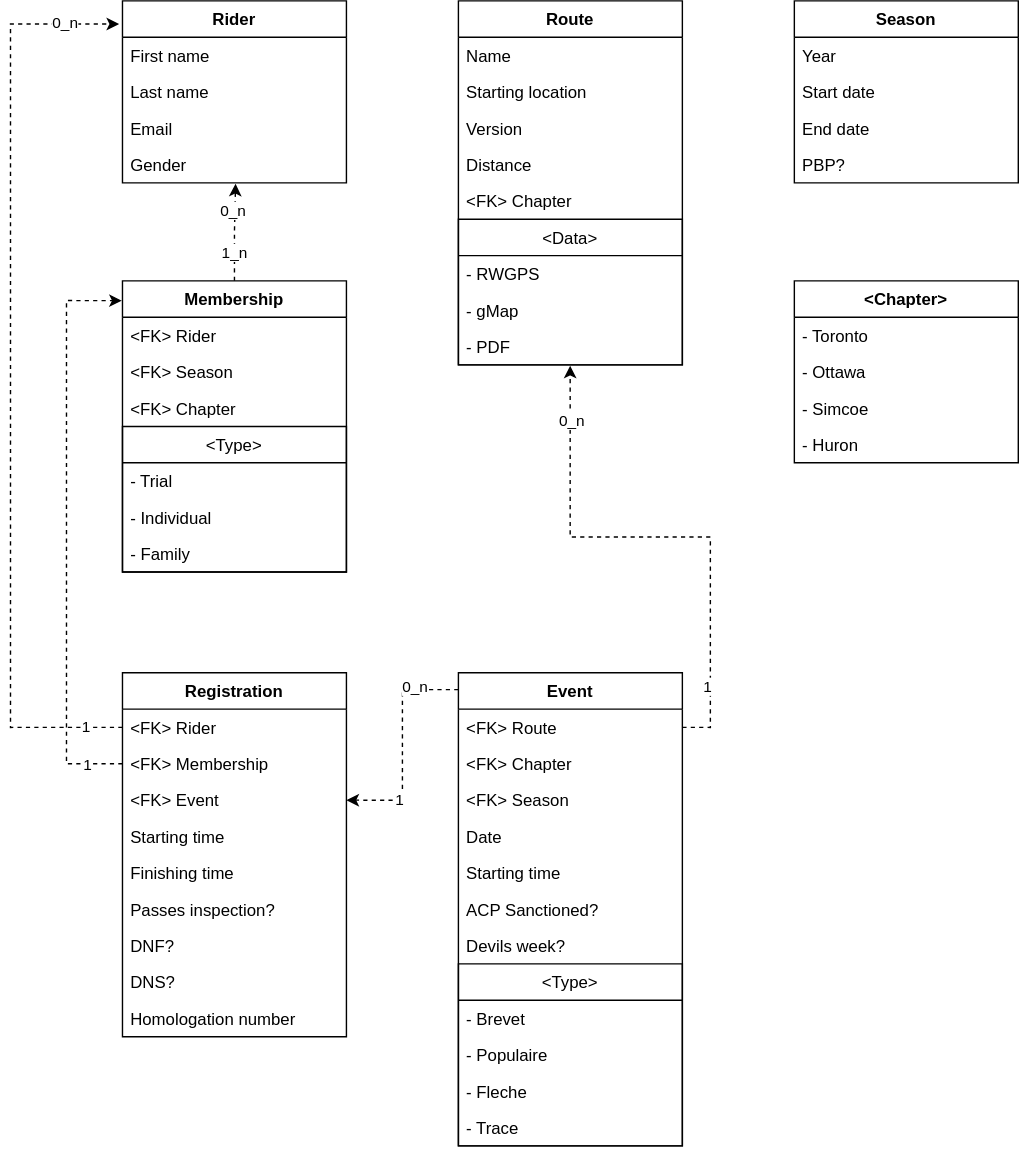
The draw.io diagram docs/database.drawio.svg in emarchak/randonneurs-to, before a commit. Source tidied: cells renumbered, new cells last; positions are measured from the earlier drawing's top-left corner, leaving out a move shared by most shapes.
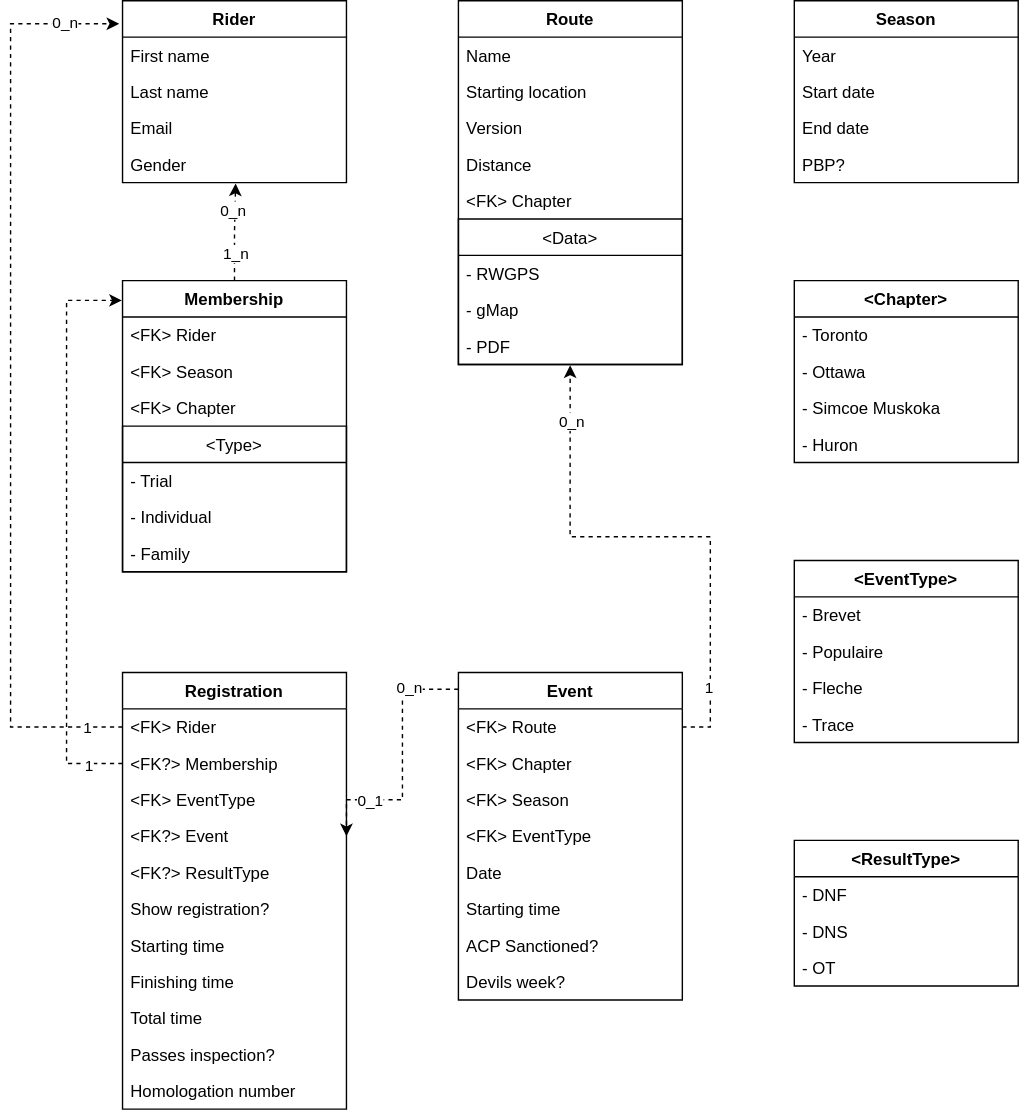
The same file after the commit.

The edit, as a diff of the source:
```diff
@@ -71,41 +71,47 @@
     <mxCell id="24" value="- Ottawa" style="text;strokeColor=none;fillColor=none;align=left;verticalAlign=top;spacingLeft=4;spacingRight=4;overflow=hidden;" parent="22" vertex="1">
       <mxGeometry y="52" width="160" height="26" as="geometry" />
     </mxCell>
-    <mxCell id="25" value="- Simcoe" style="text;strokeColor=none;fillColor=none;align=left;verticalAlign=top;spacingLeft=4;spacingRight=4;overflow=hidden;" parent="22" vertex="1">
+    <mxCell id="25" value="- Simcoe Muskoka" style="text;strokeColor=none;fillColor=none;align=left;verticalAlign=top;spacingLeft=4;spacingRight=4;overflow=hidden;" parent="22" vertex="1">
       <mxGeometry y="78" width="160" height="26" as="geometry" />
     </mxCell>
     <mxCell id="26" value="- Huron" style="text;strokeColor=none;fillColor=none;align=left;verticalAlign=top;spacingLeft=4;spacingRight=4;overflow=hidden;" parent="22" vertex="1">
       <mxGeometry y="104" width="160" height="26" as="geometry" />
     </mxCell>
     <mxCell id="27" value="Registration" style="swimlane;fontStyle=1;horizontal=1;startSize=26;fillColor=none;" parent="1" vertex="1">
-      <mxGeometry x="80" y="480" width="160" height="260" as="geometry" />
+      <mxGeometry x="80" y="480" width="160" height="312" as="geometry" />
     </mxCell>
     <mxCell id="28" value="&lt;FK&gt; Rider" style="text;strokeColor=none;fillColor=none;align=left;verticalAlign=top;spacingLeft=4;spacingRight=4;overflow=hidden;points=[[0,0.5],[1,0.5]];portConstraint=eastwest;" parent="27" vertex="1">
       <mxGeometry y="26" width="160" height="26" as="geometry" />
     </mxCell>
-    <mxCell id="29" value="&lt;FK&gt; Membership" style="text;strokeColor=none;fillColor=none;align=left;verticalAlign=top;spacingLeft=4;spacingRight=4;overflow=hidden;points=[[0,0.5],[1,0.5]];portConstraint=eastwest;" parent="27" vertex="1">
+    <mxCell id="29" value="&lt;FK?&gt; Membership" style="text;strokeColor=none;fillColor=none;align=left;verticalAlign=top;spacingLeft=4;spacingRight=4;overflow=hidden;points=[[0,0.5],[1,0.5]];portConstraint=eastwest;" parent="27" vertex="1">
       <mxGeometry y="52" width="160" height="26" as="geometry" />
     </mxCell>
+    <mxCell id="72" value="&lt;FK&gt; EventType" style="text;strokeColor=none;fillColor=none;align=left;verticalAlign=top;spacingLeft=4;spacingRight=4;overflow=hidden;" parent="27" vertex="1">
+      <mxGeometry y="78" width="160" height="26" as="geometry" />
+    </mxCell>
-    <mxCell id="30" value="&lt;FK&gt; Event" style="text;strokeColor=none;fillColor=none;align=left;verticalAlign=top;spacingLeft=4;spacingRight=4;overflow=hidden;points=[[0,0.5],[1,0.5]];portConstraint=eastwest;" parent="27" vertex="1">
-      <mxGeometry y="78" width="160" height="26" as="geometry" />
+    <mxCell id="30" value="&lt;FK?&gt; Event" style="text;strokeColor=none;fillColor=none;align=left;verticalAlign=top;spacingLeft=4;spacingRight=4;overflow=hidden;points=[[0,0.5],[1,0.5]];portConstraint=eastwest;" parent="27" vertex="1">
+      <mxGeometry y="104" width="160" height="26" as="geometry" />
     </mxCell>
+    <mxCell id="34" value="&lt;FK?&gt; ResultType" style="text;strokeColor=none;fillColor=none;align=left;verticalAlign=top;spacingLeft=4;spacingRight=4;overflow=hidden;" parent="27" vertex="1">
+      <mxGeometry y="130" width="160" height="26" as="geometry" />
+    </mxCell>
-    <mxCell id="31" value="Starting time" style="text;strokeColor=none;fillColor=none;align=left;verticalAlign=top;spacingLeft=4;spacingRight=4;overflow=hidden;" parent="27" vertex="1">
-      <mxGeometry y="104" width="160" height="26" as="geometry" />
+    <mxCell id="31" value="Show registration?" style="text;strokeColor=none;fillColor=none;align=left;verticalAlign=top;spacingLeft=4;spacingRight=4;overflow=hidden;" parent="27" vertex="1">
+      <mxGeometry y="156" width="160" height="26" as="geometry" />
     </mxCell>
+    <mxCell id="73" value="Starting time" style="text;strokeColor=none;fillColor=none;align=left;verticalAlign=top;spacingLeft=4;spacingRight=4;overflow=hidden;" parent="27" vertex="1">
+      <mxGeometry y="182" width="160" height="26" as="geometry" />
+    </mxCell>
+    <mxCell id="74" value="Finishing time" style="text;strokeColor=none;fillColor=none;align=left;verticalAlign=top;spacingLeft=4;spacingRight=4;overflow=hidden;" parent="27" vertex="1">
+      <mxGeometry y="208" width="160" height="26" as="geometry" />
+    </mxCell>
-    <mxCell id="32" value="Finishing time" style="text;strokeColor=none;fillColor=none;align=left;verticalAlign=top;spacingLeft=4;spacingRight=4;overflow=hidden;" parent="27" vertex="1">
-      <mxGeometry y="130" width="160" height="26" as="geometry" />
+    <mxCell id="32" value="Total time" style="text;strokeColor=none;fillColor=none;align=left;verticalAlign=top;spacingLeft=4;spacingRight=4;overflow=hidden;" parent="27" vertex="1">
+      <mxGeometry y="234" width="160" height="26" as="geometry" />
     </mxCell>
     <mxCell id="33" value="Passes inspection?" style="text;strokeColor=none;fillColor=none;align=left;verticalAlign=top;spacingLeft=4;spacingRight=4;overflow=hidden;" parent="27" vertex="1">
-      <mxGeometry y="156" width="160" height="26" as="geometry" />
+      <mxGeometry y="260" width="160" height="26" as="geometry" />
     </mxCell>
-    <mxCell id="34" value="DNF?" style="text;strokeColor=none;fillColor=none;align=left;verticalAlign=top;spacingLeft=4;spacingRight=4;overflow=hidden;" parent="27" vertex="1">
-      <mxGeometry y="182" width="160" height="26" as="geometry" />
-    </mxCell>
-    <mxCell id="35" value="DNS?" style="text;strokeColor=none;fillColor=none;align=left;verticalAlign=top;spacingLeft=4;spacingRight=4;overflow=hidden;" parent="27" vertex="1">
-      <mxGeometry y="208" width="160" height="26" as="geometry" />
-    </mxCell>
     <mxCell id="36" value="Homologation number" style="text;strokeColor=none;fillColor=none;align=left;verticalAlign=top;spacingLeft=4;spacingRight=4;overflow=hidden;" parent="27" vertex="1">
-      <mxGeometry y="234" width="160" height="26" as="geometry" />
+      <mxGeometry y="286" width="160" height="26" as="geometry" />
     </mxCell>
     <mxCell id="37" style="edgeStyle=orthogonalEdgeStyle;rounded=0;jettySize=auto;html=1;exitX=1;exitY=0.5;exitDx=0;exitDy=0;entryX=0.499;entryY=1.022;entryDx=0;entryDy=0;entryPerimeter=0;dashed=1;" parent="1" edge="1" source="41" target="21">
       <mxGeometry relative="1" as="geometry" />
@@ -121,7 +127,7 @@
       </mxGeometry>
     </mxCell>
     <mxCell id="40" value="Event" style="swimlane;fontStyle=1;horizontal=1;startSize=26;fillColor=none;" parent="1" vertex="1">
-      <mxGeometry x="320" y="480" width="160" height="338" as="geometry" />
+      <mxGeometry x="320" y="480" width="160" height="234" as="geometry" />
     </mxCell>
     <mxCell id="41" value="&lt;FK&gt; Route" style="text;strokeColor=none;fillColor=none;align=left;verticalAlign=top;spacingLeft=4;spacingRight=4;overflow=hidden;points=[[0,0.5],[1,0.5]];portConstraint=eastwest;" parent="40" vertex="1">
       <mxGeometry y="26" width="160" height="26" as="geometry" />
@@ -132,33 +138,21 @@
     <mxCell id="43" value="&lt;FK&gt; Season" style="text;strokeColor=none;fillColor=none;align=left;verticalAlign=top;spacingLeft=4;spacingRight=4;overflow=hidden;" parent="40" vertex="1">
       <mxGeometry y="78" width="160" height="26" as="geometry" />
     </mxCell>
+    <mxCell id="75" value="&lt;FK&gt; EventType" style="text;strokeColor=none;fillColor=none;align=left;verticalAlign=top;spacingLeft=4;spacingRight=4;overflow=hidden;" parent="40" vertex="1">
+      <mxGeometry y="104" width="160" height="26" as="geometry" />
+    </mxCell>
     <mxCell id="44" value="Date" style="text;strokeColor=none;fillColor=none;align=left;verticalAlign=top;spacingLeft=4;spacingRight=4;overflow=hidden;" parent="40" vertex="1">
-      <mxGeometry y="104" width="160" height="26" as="geometry" />
+      <mxGeometry y="130" width="160" height="26" as="geometry" />
     </mxCell>
     <mxCell id="45" value="Starting time" style="text;strokeColor=none;fillColor=none;align=left;verticalAlign=top;spacingLeft=4;spacingRight=4;overflow=hidden;" parent="40" vertex="1">
-      <mxGeometry y="130" width="160" height="26" as="geometry" />
+      <mxGeometry y="156" width="160" height="26" as="geometry" />
     </mxCell>
     <mxCell id="46" value="ACP Sanctioned?" style="text;strokeColor=none;fillColor=none;align=left;verticalAlign=top;spacingLeft=4;spacingRight=4;overflow=hidden;" parent="40" vertex="1">
-      <mxGeometry y="156" width="160" height="26" as="geometry" />
+      <mxGeometry y="182" width="160" height="26" as="geometry" />
     </mxCell>
     <mxCell id="47" value="Devils week?" style="text;strokeColor=none;fillColor=none;align=left;verticalAlign=top;spacingLeft=4;spacingRight=4;overflow=hidden;" parent="40" vertex="1">
-      <mxGeometry y="182" width="160" height="26" as="geometry" />
+      <mxGeometry y="208" width="160" height="26" as="geometry" />
     </mxCell>
-    <mxCell id="48" value="&lt;Type&gt;" style="swimlane;fontStyle=0;horizontal=1;startSize=26;fillColor=none;" parent="40" vertex="1">
-      <mxGeometry y="208" width="160" height="130" as="geometry" />
-    </mxCell>
-    <mxCell id="49" value="- Brevet" style="text;strokeColor=none;fillColor=none;align=left;verticalAlign=top;spacingLeft=4;spacingRight=4;overflow=hidden;" parent="48" vertex="1">
-      <mxGeometry y="26" width="160" height="26" as="geometry" />
-    </mxCell>
-    <mxCell id="50" value="- Populaire" style="text;strokeColor=none;fillColor=none;align=left;verticalAlign=top;spacingLeft=4;spacingRight=4;overflow=hidden;" parent="48" vertex="1">
-      <mxGeometry y="52" width="160" height="26" as="geometry" />
-    </mxCell>
-    <mxCell id="51" value="- Fleche" style="text;strokeColor=none;fillColor=none;align=left;verticalAlign=top;spacingLeft=4;spacingRight=4;overflow=hidden;" parent="48" vertex="1">
-      <mxGeometry y="78" width="160" height="26" as="geometry" />
-    </mxCell>
-    <mxCell id="52" value="- Trace" style="text;strokeColor=none;fillColor=none;align=left;verticalAlign=top;spacingLeft=4;spacingRight=4;overflow=hidden;" parent="48" vertex="1">
-      <mxGeometry y="104" width="160" height="26" as="geometry" />
-    </mxCell>
     <mxCell id="53" style="edgeStyle=orthogonalEdgeStyle;rounded=0;jettySize=auto;html=1;exitX=0.5;exitY=0;exitDx=0;exitDy=0;entryX=0.505;entryY=1.022;entryDx=0;entryDy=0;entryPerimeter=0;dashed=1;" parent="1" edge="1" source="56" target="6">
       <mxGeometry relative="1" as="geometry" />
     </mxCell>
@@ -201,7 +195,7 @@
         </Array>
       </mxGeometry>
     </mxCell>
-    <mxCell id="65" value="1" style="edgeLabel;html=1;align=center;verticalAlign=middle;" parent="64" vertex="1">
+    <mxCell id="65" value="0_1" style="edgeLabel;html=1;align=center;verticalAlign=middle;" parent="64" vertex="1">
       <mxGeometry x="0.58" y="4" relative="1" as="geometry">
         <mxPoint x="3.7" y="-4" as="offset" />
       </mxGeometry>
@@ -240,5 +234,32 @@
         <mxPoint x="-1" as="offset" />
       </mxGeometry>
     </mxCell>
+    <mxCell id="76" value="&lt;EventType&gt;" style="swimlane;fontStyle=1;horizontal=1;startSize=26;fillColor=none;" parent="1" vertex="1">
+      <mxGeometry x="560" y="400" width="160" height="130" as="geometry" />
+    </mxCell>
+    <mxCell id="49" value="- Brevet" style="text;strokeColor=none;fillColor=none;align=left;verticalAlign=top;spacingLeft=4;spacingRight=4;overflow=hidden;" parent="76" vertex="1">
+      <mxGeometry y="26" width="160" height="26" as="geometry" />
+    </mxCell>
+    <mxCell id="50" value="- Populaire" style="text;strokeColor=none;fillColor=none;align=left;verticalAlign=top;spacingLeft=4;spacingRight=4;overflow=hidden;" parent="76" vertex="1">
+      <mxGeometry y="52" width="160" height="26" as="geometry" />
+    </mxCell>
+    <mxCell id="51" value="- Fleche" style="text;strokeColor=none;fillColor=none;align=left;verticalAlign=top;spacingLeft=4;spacingRight=4;overflow=hidden;" parent="76" vertex="1">
+      <mxGeometry y="78" width="160" height="26" as="geometry" />
+    </mxCell>
+    <mxCell id="52" value="- Trace" style="text;strokeColor=none;fillColor=none;align=left;verticalAlign=top;spacingLeft=4;spacingRight=4;overflow=hidden;" parent="76" vertex="1">
+      <mxGeometry y="104" width="160" height="26" as="geometry" />
+    </mxCell>
+    <mxCell id="77" value="&lt;ResultType&gt;" style="swimlane;fontStyle=1;horizontal=1;startSize=26;fillColor=none;" parent="1" vertex="1">
+      <mxGeometry x="560" y="600" width="160" height="104" as="geometry" />
+    </mxCell>
+    <mxCell id="78" value="- DNF" style="text;strokeColor=none;fillColor=none;align=left;verticalAlign=top;spacingLeft=4;spacingRight=4;overflow=hidden;" parent="77" vertex="1">
+      <mxGeometry y="26" width="160" height="26" as="geometry" />
+    </mxCell>
+    <mxCell id="79" value="- DNS" style="text;strokeColor=none;fillColor=none;align=left;verticalAlign=top;spacingLeft=4;spacingRight=4;overflow=hidden;" parent="77" vertex="1">
+      <mxGeometry y="52" width="160" height="26" as="geometry" />
+    </mxCell>
+    <mxCell id="80" value="- OT" style="text;strokeColor=none;fillColor=none;align=left;verticalAlign=top;spacingLeft=4;spacingRight=4;overflow=hidden;" parent="77" vertex="1">
+      <mxGeometry y="78" width="160" height="26" as="geometry" />
+    </mxCell>
   </root>
 </mxGraphModel>
```
